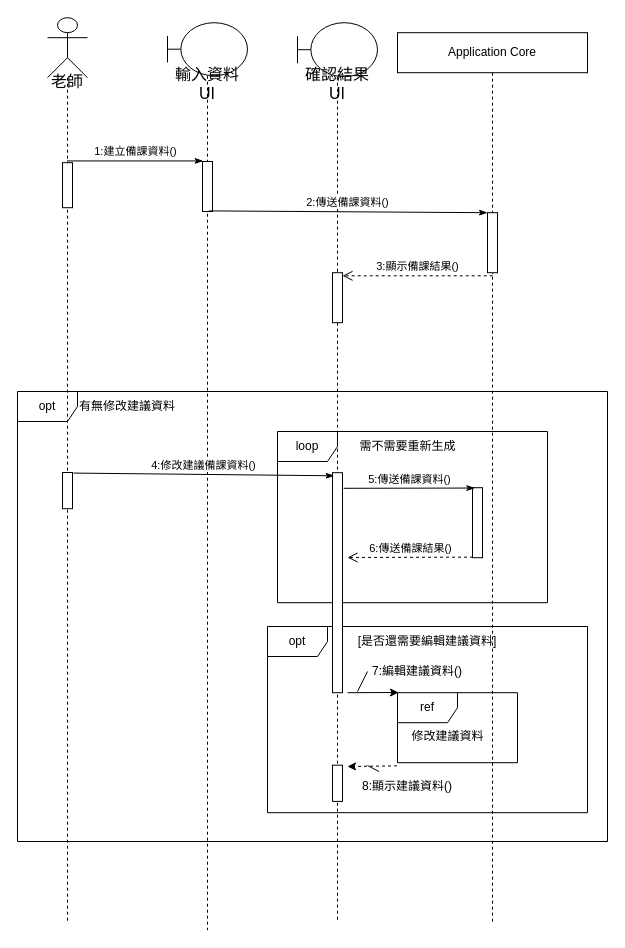
Kevincheng0804/System-analysis keeps this draw.io diagram as UI循序圖(建立備課資料並修改建議資料) copy.drawio. Above is the earlier version. Source tidied: cells renumbered, new cells numbered last; positions are measured from the earlier drawing's top-left corner, leaving out a move shared by most shapes. Both pictures are drawn from the tidied source at 100%, with x=0, y=0 at pixel (17, 17).
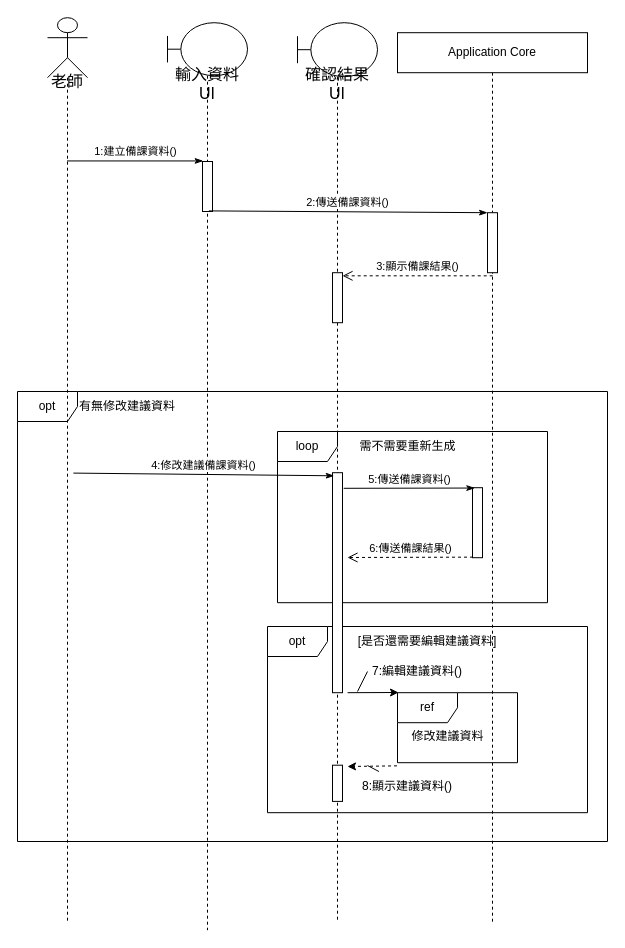
After the change.

Commit message (it also covers changes not shown here):
人不要有時間線

The change refers to these unchanged cells:
```xml
<mxCell id="3" value="&lt;p&gt;&lt;font style=&quot;font-size: 16px;&quot;&gt;老師&lt;/font&gt;&lt;/p&gt;" style="shape=umlLifeline;participant=umlActor;perimeter=lifelinePerimeter;whiteSpace=wrap;html=1;verticalAlign=top;spacingTop=36;outlineConnect=0;size=60;align=center;" parent="1" vertex="1">
  <mxGeometry x="30" y="0.2" width="40" height="905" as="geometry" />
</mxCell>
```

The edit, as a diff of the source:
```diff
@@
-    <mxCell id="4" style="html=1;perimeter=orthogonalPerimeter;" parent="3" vertex="1">
-      <mxGeometry x="15" y="145" width="10" height="45" as="geometry" />
-    </mxCell>
-    <mxCell id="5" style="html=1;points=[];perimeter=orthogonalPerimeter;" parent="3" vertex="1">
-      <mxGeometry x="15" y="454.8" width="10" height="36.2" as="geometry" />
-    </mxCell>
@@
-    <mxCell id="29" value="4:修改建議備課資料()" style="html=1;verticalAlign=bottom;endArrow=classicThin;endFill=1;exitX=1.092;exitY=0.016;exitDx=0;exitDy=0;exitPerimeter=0;entryX=0.167;entryY=0.022;entryDx=0;entryDy=0;entryPerimeter=0;" parent="1" edge="1" source="5">
+    <mxCell id="29" value="4:修改建議備課資料()" style="html=1;verticalAlign=bottom;endArrow=classicThin;endFill=1;exitX=1.092;exitY=0.016;exitDx=0;exitDy=0;exitPerimeter=0;entryX=0.167;entryY=0.022;entryDx=0;entryDy=0;entryPerimeter=0;" parent="1" edge="1">
       <mxGeometry relative="1" as="geometry">
+        <mxPoint x="55.9" y="455.6" as="sourcePoint" />
         <mxPoint x="316.7" y="458.3" as="targetPoint" />
       </mxGeometry>
     </mxCell>
```
